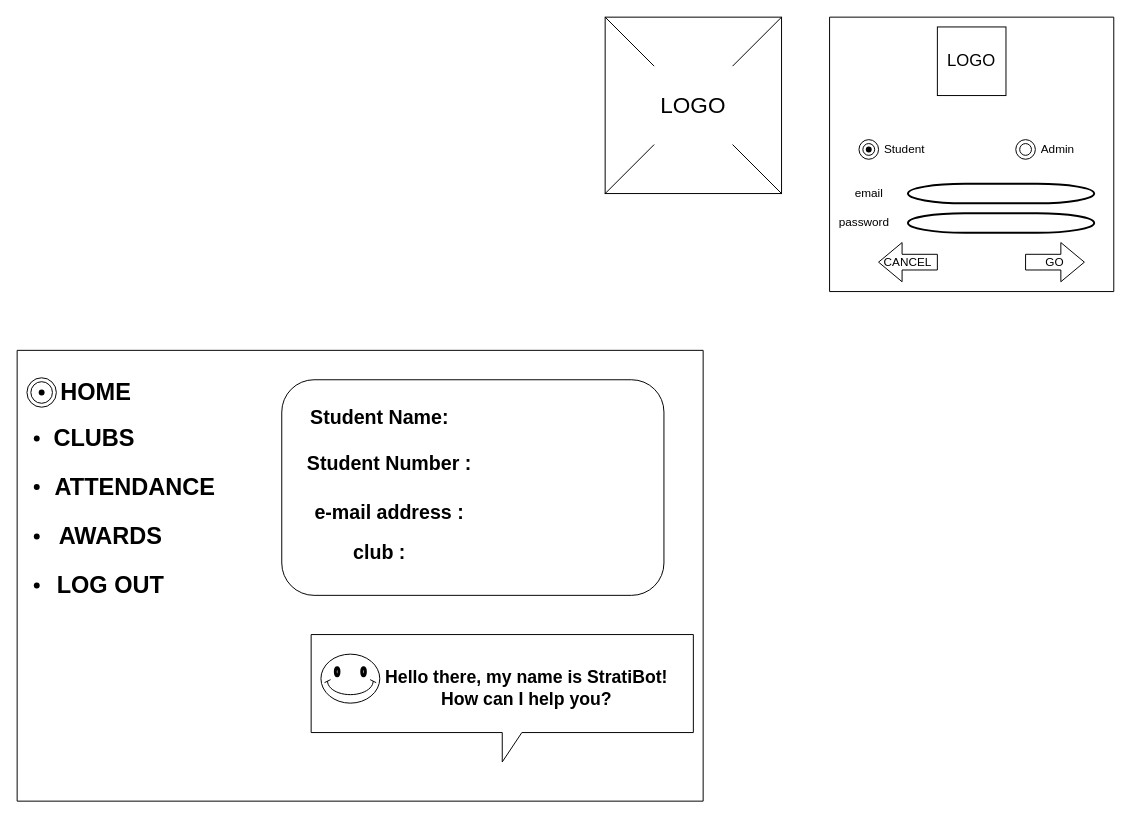
Before: webWireframe.drawio in maureenayo7/Communication-in-Strath, a draw.io diagram. Source tidied: cells renumbered, new cells numbered last; positions are measured from the earlier drawing's top-left corner, leaving out a move shared by most shapes. Both pictures are drawn from the tidied source at 98%, with x=0, y=0 at pixel (17, 17).
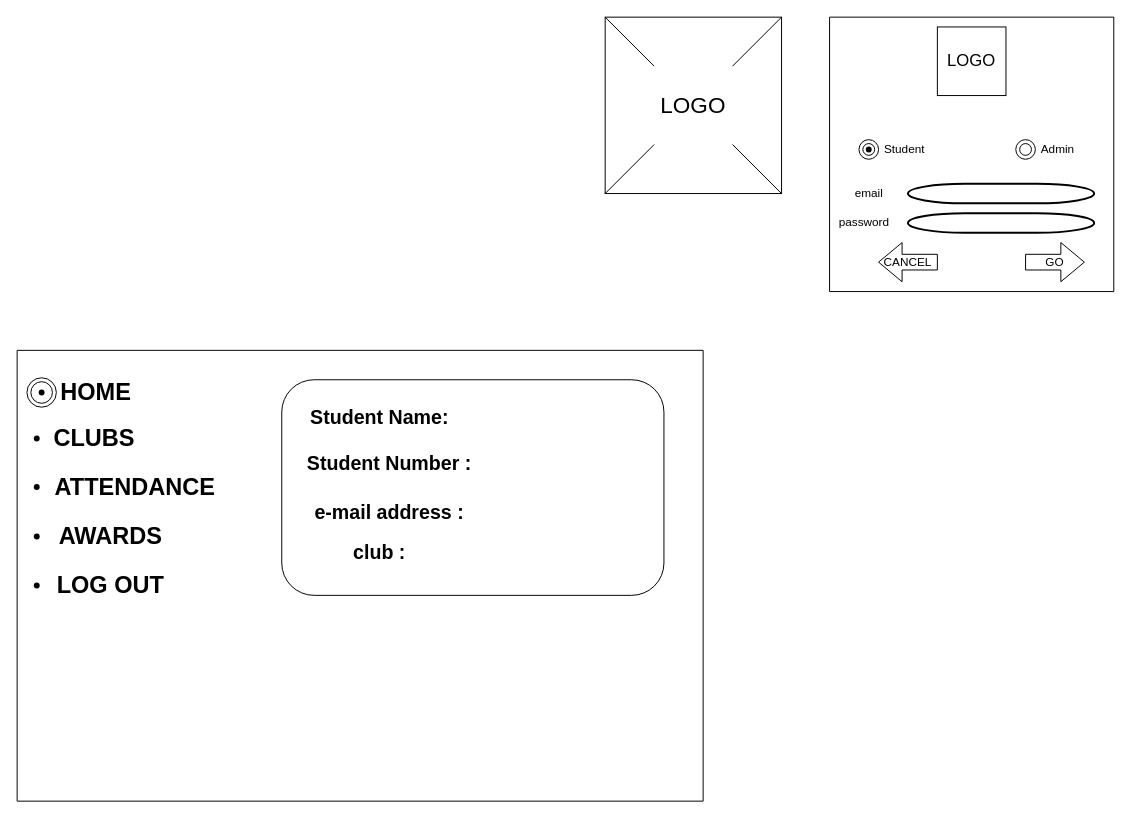
After the change.

Unchanged cells that the change refers to:
```xml
<mxCell id="20" style="swimlane;startSize=0;" parent="1" vertex="1">
  <mxGeometry y="340" width="700" height="460" as="geometry" />
</mxCell>
```

The edit, as a diff of the source:
```diff
@@
-    <mxCell id="34" style="shape=callout;whiteSpace=wrap;html=1;perimeter=calloutPerimeter;" parent="20" vertex="1">
-      <mxGeometry x="300" y="290" width="390" height="130" as="geometry" />
-    </mxCell>
-    <mxCell id="35" style="verticalLabelPosition=bottom;verticalAlign=top;html=1;shape=mxgraph.basic.smiley;" parent="20" vertex="1">
-      <mxGeometry x="310" y="310" width="60" height="50" as="geometry" />
-    </mxCell>
-    <mxCell id="36" value="&lt;font size=&quot;1&quot; style=&quot;&quot;&gt;&lt;b style=&quot;font-size: 18px;&quot;&gt;Hello there, my name is StratiBot! How can I help you?&lt;/b&gt;&lt;/font&gt;" style="text;html=1;align=center;verticalAlign=middle;whiteSpace=wrap;rounded=0;" parent="20" vertex="1">
-      <mxGeometry x="370" y="320" width="300" height="50" as="geometry" />
-    </mxCell>
```
